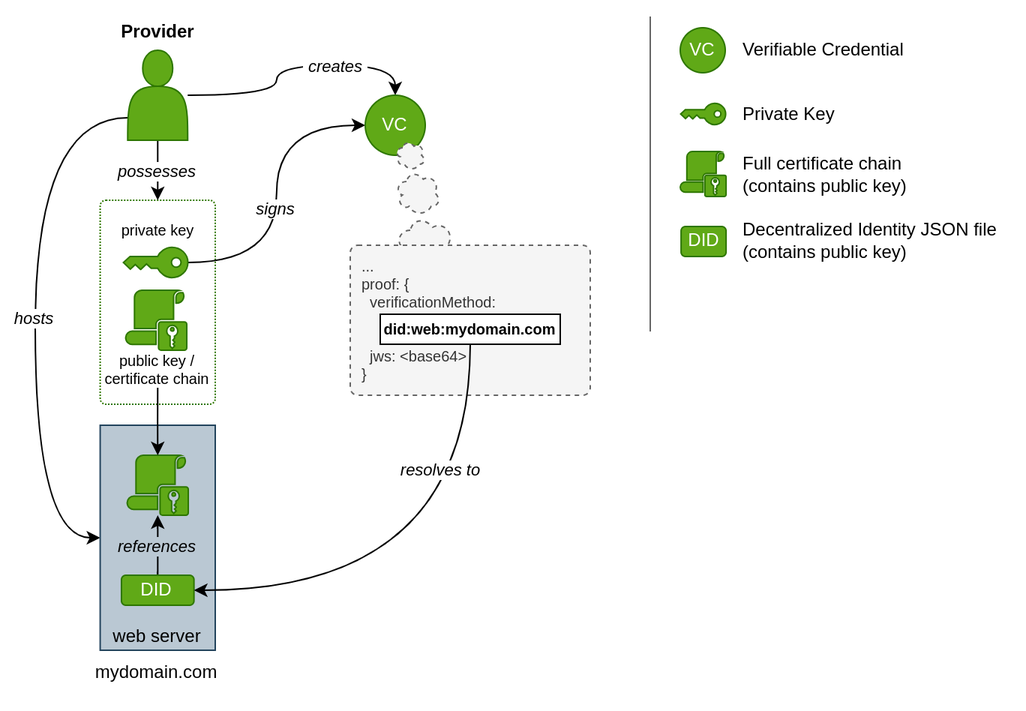
SovereignCloudStack/website keeps this draw.io diagram as _assets/images/blog/gx-credentials/gx-credentials-creation.png. Above is the earlier version. Source tidied: cells renumbered, new cells last; positions are measured from the earlier drawing's top-left corner, leaving out a move shared by most shapes.
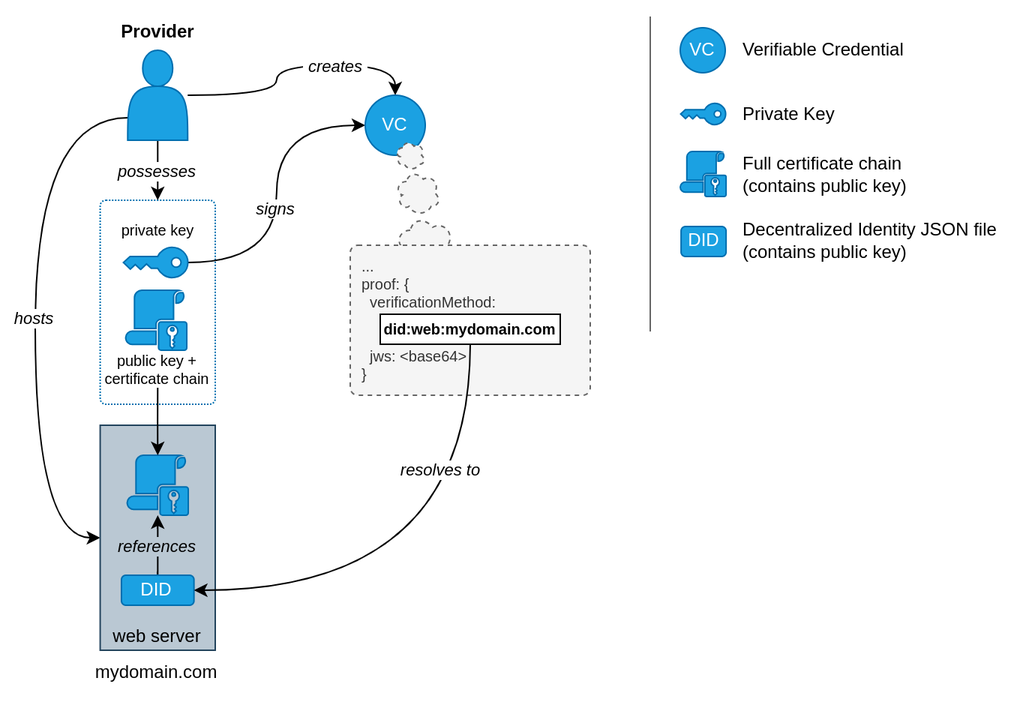
Later version of the same file.

The edit, as a diff of the source:
```diff
@@ -2,7 +2,7 @@
   <root>
     <mxCell id="0" />
     <mxCell id="1" parent="0" />
-    <mxCell id="2" style="rounded=1;whiteSpace=wrap;html=1;dashed=1;dashPattern=1 1;fillColor=none;fontColor=#ffffff;strokeColor=#2D7600;arcSize=5;" parent="1" vertex="1">
+    <mxCell id="2" style="rounded=1;whiteSpace=wrap;html=1;dashed=1;dashPattern=1 1;fillColor=none;fontColor=#ffffff;strokeColor=#006EAF;arcSize=5;" parent="1" vertex="1">
       <mxGeometry x="43.3" y="122" width="76.7" height="136" as="geometry" />
     </mxCell>
     <mxCell id="3" style="edgeStyle=orthogonalEdgeStyle;rounded=0;jettySize=auto;html=1;entryX=0;entryY=0.5;entryDx=0;entryDy=0;curved=1;exitX=0;exitY=0.75;exitDx=0;exitDy=0;" parent="1" edge="1" source="9" target="14">
@@ -32,7 +32,7 @@
         <mxPoint x="10" as="offset" />
       </mxGeometry>
     </mxCell>
-    <mxCell id="9" style="shape=actor;whiteSpace=wrap;html=1;fillColor=#60a917;fontColor=#ffffff;strokeColor=#2D7600;" parent="1" vertex="1">
+    <mxCell id="9" style="shape=actor;whiteSpace=wrap;html=1;fillColor=#1ba1e2;fontColor=#ffffff;strokeColor=#006EAF;" parent="1" vertex="1">
       <mxGeometry x="61.6" y="22" width="40" height="60" as="geometry" />
     </mxCell>
     <mxCell id="10" style="edgeStyle=orthogonalEdgeStyle;rounded=0;jettySize=auto;html=1;entryX=0;entryY=0.5;entryDx=0;entryDy=0;curved=1;" parent="1" edge="1" source="12" target="13">
@@ -41,22 +41,22 @@
     <mxCell id="11" value="signs" style="edgeLabel;html=1;align=center;verticalAlign=middle;fontStyle=2;" parent="10" vertex="1">
       <mxGeometry x="-0.1" y="1" relative="1" as="geometry" />
     </mxCell>
-    <mxCell id="12" style="sketch=0;shadow=0;dashed=0;html=1;strokeColor=#2D7600;fillColor=#60a917;labelPosition=center;verticalLabelPosition=bottom;verticalAlign=top;outlineConnect=0;align=center;shape=mxgraph.office.security.key_permissions;rotation=90;fontColor=#ffffff;" parent="1" vertex="1">
+    <mxCell id="12" style="sketch=0;shadow=0;dashed=0;html=1;strokeColor=#006EAF;fillColor=#1ba1e2;labelPosition=center;verticalLabelPosition=bottom;verticalAlign=top;outlineConnect=0;align=center;shape=mxgraph.office.security.key_permissions;rotation=90;fontColor=#ffffff;" parent="1" vertex="1">
       <mxGeometry x="70.1" y="142" width="20.3" height="43" as="geometry" />
     </mxCell>
-    <mxCell id="13" value="VC" style="ellipse;whiteSpace=wrap;html=1;fillColor=#60a917;fontColor=#ffffff;strokeColor=#2D7600;" parent="1" vertex="1">
+    <mxCell id="13" value="VC" style="ellipse;whiteSpace=wrap;html=1;fillColor=#1ba1e2;fontColor=#ffffff;strokeColor=#006EAF;" parent="1" vertex="1">
       <mxGeometry x="220" y="52" width="40" height="40" as="geometry" />
     </mxCell>
     <mxCell id="14" value="&lt;div&gt;&lt;span style=&quot;background-color: initial;&quot;&gt;web server&lt;/span&gt;&lt;br&gt;&lt;/div&gt;" style="rounded=0;whiteSpace=wrap;html=1;verticalAlign=bottom;fillColor=#bac8d3;strokeColor=#23445d;" parent="1" vertex="1">
       <mxGeometry x="43.3" y="272" width="76.7" height="150" as="geometry" />
     </mxCell>
-    <mxCell id="15" style="sketch=0;shadow=0;dashed=0;html=1;strokeColor=#2D7600;fillColor=#60a917;labelPosition=center;verticalLabelPosition=bottom;verticalAlign=top;outlineConnect=0;align=center;shape=mxgraph.office.security.role_assignment_policy;fontColor=#ffffff;" parent="1" vertex="1">
+    <mxCell id="15" style="sketch=0;shadow=0;dashed=0;html=1;strokeColor=#006EAF;fillColor=#1ba1e2;labelPosition=center;verticalLabelPosition=bottom;verticalAlign=top;outlineConnect=0;align=center;shape=mxgraph.office.security.role_assignment_policy;fontColor=#ffffff;" parent="1" vertex="1">
       <mxGeometry x="61.3" y="292" width="40.7" height="40" as="geometry" />
     </mxCell>
     <mxCell id="16" style="edgeStyle=orthogonalEdgeStyle;rounded=0;jettySize=auto;html=1;exitX=0.5;exitY=1;exitDx=0;exitDy=0;" parent="1" edge="1" source="29" target="15">
       <mxGeometry relative="1" as="geometry" />
     </mxCell>
-    <mxCell id="17" style="sketch=0;shadow=0;dashed=0;html=1;strokeColor=#2D7600;fillColor=#60a917;labelPosition=center;verticalLabelPosition=bottom;verticalAlign=top;align=center;shape=mxgraph.office.security.role_assignment_policy;fontColor=#ffffff;" parent="1" vertex="1">
+    <mxCell id="17" style="sketch=0;shadow=0;dashed=0;html=1;strokeColor=#006EAF;fillColor=#1ba1e2;labelPosition=center;verticalLabelPosition=bottom;verticalAlign=top;align=center;shape=mxgraph.office.security.role_assignment_policy;fontColor=#ffffff;" parent="1" vertex="1">
       <mxGeometry x="60.3" y="182" width="40.7" height="40" as="geometry" />
     </mxCell>
     <mxCell id="18" style="edgeStyle=orthogonalEdgeStyle;rounded=0;jettySize=auto;html=1;" parent="1" edge="1" source="20" target="15">
@@ -65,7 +65,7 @@
     <mxCell id="19" value="references" style="edgeLabel;html=1;align=center;verticalAlign=middle;fontStyle=2;labelBackgroundColor=#BAC8D3;" parent="18" vertex="1">
       <mxGeometry x="-0.05" y="1" relative="1" as="geometry" />
     </mxCell>
-    <mxCell id="20" value="DID" style="rounded=1;whiteSpace=wrap;html=1;fillColor=#60a917;fontColor=#ffffff;strokeColor=#2D7600;" parent="1" vertex="1">
+    <mxCell id="20" value="DID" style="rounded=1;whiteSpace=wrap;html=1;fillColor=#1ba1e2;fontColor=#ffffff;strokeColor=#006EAF;" parent="1" vertex="1">
       <mxGeometry x="57.5" y="372" width="48.4" height="20" as="geometry" />
     </mxCell>
     <mxCell id="21" style="ellipse;shape=cloud;whiteSpace=wrap;html=1;dashed=1;fillColor=#f5f5f5;fontColor=#333333;strokeColor=#666666;" parent="1" vertex="1">
@@ -94,7 +94,7 @@
     <mxCell id="28" value="private key" style="text;html=1;align=center;verticalAlign=middle;whiteSpace=wrap;rounded=0;fontSize=10;" parent="1" vertex="1">
       <mxGeometry x="51.6" y="132" width="60" height="20" as="geometry" />
     </mxCell>
-    <mxCell id="29" value="public key /&lt;div&gt;certificate chain&lt;/div&gt;" style="text;html=1;align=center;verticalAlign=middle;whiteSpace=wrap;rounded=0;fontSize=10;" parent="1" vertex="1">
+    <mxCell id="29" value="public key +&lt;div&gt;certificate chain&lt;/div&gt;" style="text;html=1;align=center;verticalAlign=middle;whiteSpace=wrap;rounded=0;fontSize=10;" parent="1" vertex="1">
       <mxGeometry x="42" y="222" width="79.3" height="25" as="geometry" />
     </mxCell>
     <mxCell id="30" value="Provider" style="text;html=1;align=center;verticalAlign=middle;whiteSpace=wrap;rounded=0;fontStyle=1;" parent="1" vertex="1">
@@ -106,16 +106,16 @@
         <mxPoint x="410" y="-0.5" as="targetPoint" />
       </mxGeometry>
     </mxCell>
-    <mxCell id="32" style="sketch=0;shadow=0;dashed=0;html=1;strokeColor=#2D7600;fillColor=#60a917;labelPosition=center;verticalLabelPosition=bottom;verticalAlign=top;align=center;shape=mxgraph.office.security.role_assignment_policy;fontColor=#ffffff;" parent="1" vertex="1">
+    <mxCell id="32" style="sketch=0;shadow=0;dashed=0;html=1;strokeColor=#006EAF;fillColor=#1ba1e2;labelPosition=center;verticalLabelPosition=bottom;verticalAlign=top;align=center;shape=mxgraph.office.security.role_assignment_policy;fontColor=#ffffff;" parent="1" vertex="1">
       <mxGeometry x="430" y="89.5" width="30.6" height="30" as="geometry" />
     </mxCell>
-    <mxCell id="33" value="DID" style="rounded=1;whiteSpace=wrap;html=1;fillColor=#60a917;fontColor=#ffffff;strokeColor=#2D7600;" parent="1" vertex="1">
+    <mxCell id="33" value="DID" style="rounded=1;whiteSpace=wrap;html=1;fillColor=#1ba1e2;fontColor=#ffffff;strokeColor=#006EAF;" parent="1" vertex="1">
       <mxGeometry x="430.6" y="139.5" width="30" height="20" as="geometry" />
     </mxCell>
-    <mxCell id="34" style="sketch=0;shadow=0;dashed=0;html=1;strokeColor=#2D7600;fillColor=#60a917;labelPosition=center;verticalLabelPosition=bottom;verticalAlign=top;align=center;shape=mxgraph.office.security.key_permissions;rotation=90;fontColor=#ffffff;" parent="1" vertex="1">
+    <mxCell id="34" style="sketch=0;shadow=0;dashed=0;html=1;strokeColor=#006EAF;fillColor=#1ba1e2;labelPosition=center;verticalLabelPosition=bottom;verticalAlign=top;align=center;shape=mxgraph.office.security.key_permissions;rotation=90;fontColor=#ffffff;" parent="1" vertex="1">
       <mxGeometry x="438.2" y="49.5" width="14.2" height="30" as="geometry" />
     </mxCell>
-    <mxCell id="35" value="VC" style="ellipse;whiteSpace=wrap;html=1;fillColor=#60a917;fontColor=#ffffff;strokeColor=#2D7600;" parent="1" vertex="1">
+    <mxCell id="35" value="VC" style="ellipse;whiteSpace=wrap;html=1;fillColor=#1ba1e2;fontColor=#ffffff;strokeColor=#006EAF;" parent="1" vertex="1">
       <mxGeometry x="430" y="7" width="30" height="30" as="geometry" />
     </mxCell>
     <mxCell id="36" value="Verifiable Credential" style="text;html=1;align=left;verticalAlign=middle;whiteSpace=wrap;rounded=0;" parent="1" vertex="1">
```
